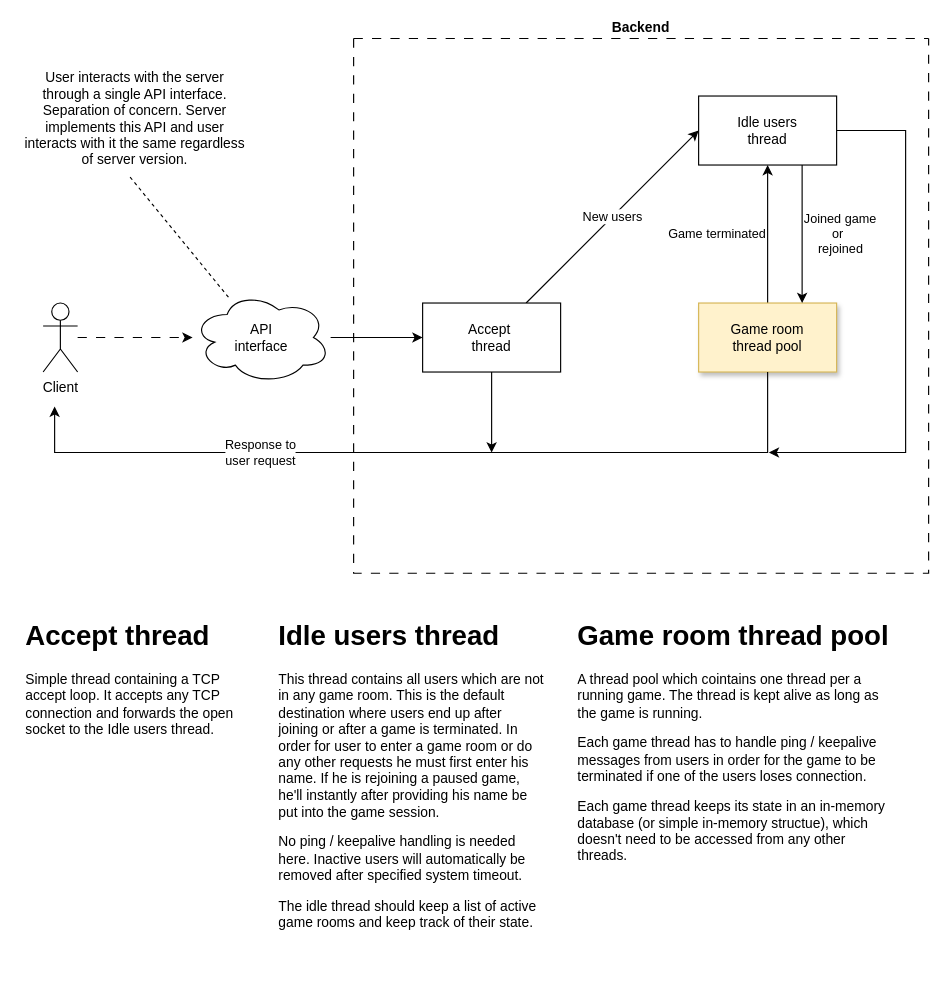
Before: doc/server_architecture_v1.1.drawio in jonas-s-s-s/UpsServer, a draw.io diagram. Source tidied: cells renumbered, new cells numbered last; positions are measured from the earlier drawing's top-left corner, leaving out a move shared by most shapes. Both pictures are drawn from the tidied source at 115%, with x=0, y=0 at pixel (20, 38).
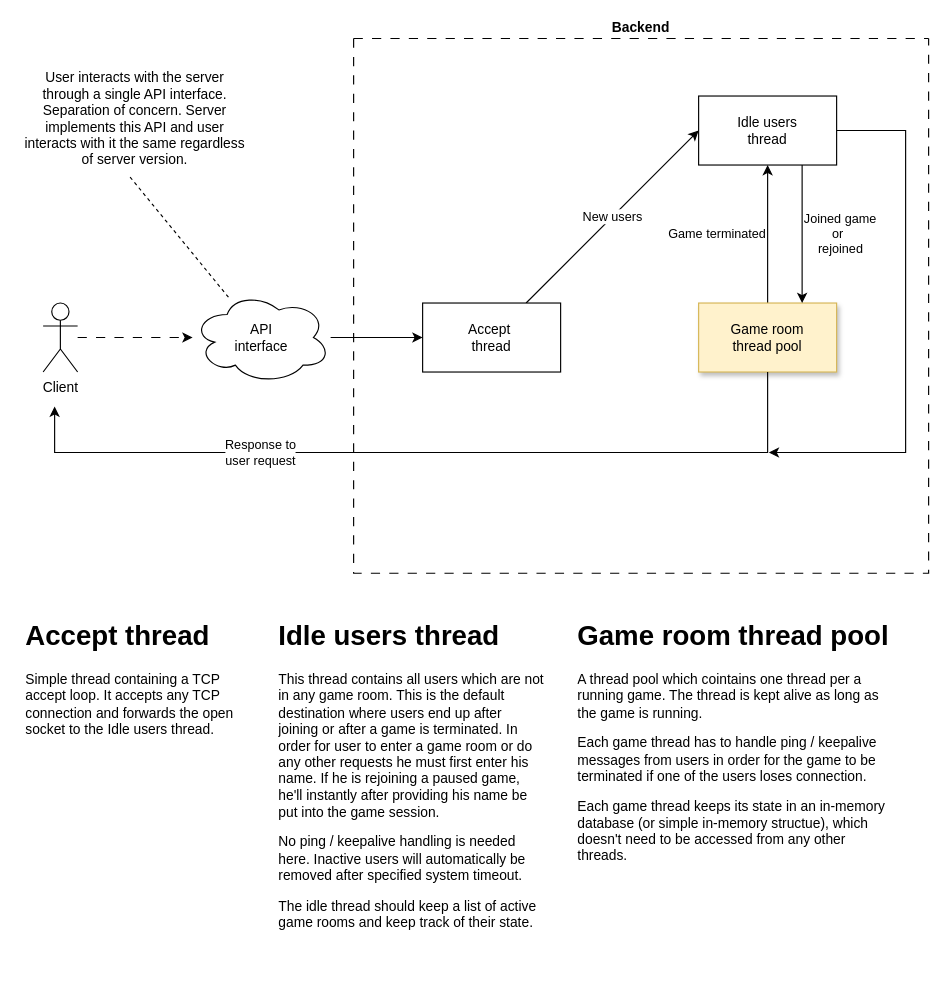
The same diagram, later.

The change refers to these unchanged cells:
```xml
<mxCell id="7" value="Backend" style="swimlane;startSize=0;dashed=1;dashPattern=8 8;align=center;labelPosition=center;verticalLabelPosition=top;verticalAlign=bottom;" parent="1" vertex="1">
  <mxGeometry x="290" width="500" height="465" as="geometry" />
</mxCell>
<mxCell id="12" value="Accept&amp;nbsp;&lt;br&gt;thread" style="rounded=0;whiteSpace=wrap;html=1;" parent="7" vertex="1">
  <mxGeometry x="60" y="230" width="120" height="60" as="geometry" />
</mxCell>
```

Change to the diagram source:
```diff
@@
-    <mxCell id="11" style="edgeStyle=orthogonalEdgeStyle;rounded=0;jettySize=auto;html=1;" parent="7" edge="1" source="12">
-      <mxGeometry relative="1" as="geometry">
-        <mxPoint x="120" y="360" as="targetPoint" />
-      </mxGeometry>
-    </mxCell>
```
